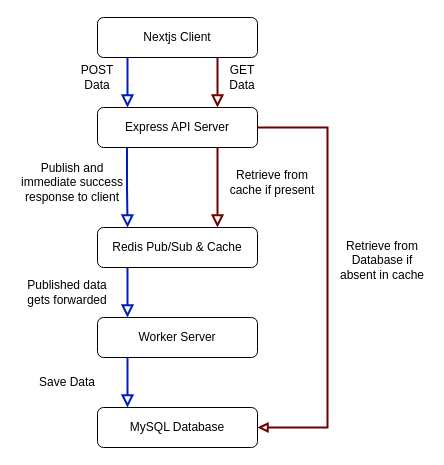
titocbd/Microservice-Architecture-example-using-Reactjs-Express-Redis-and-Mysql keeps this draw.io diagram as assets/dataflow_diagram.drawio. Above is the earlier version. Source tidied: cells renumbered, new cells numbered last; positions are measured from the earlier drawing's top-left corner, leaving out a move shared by most shapes. Both pictures are drawn from the tidied source at 100%, with x=0, y=0 at pixel (17, 17).
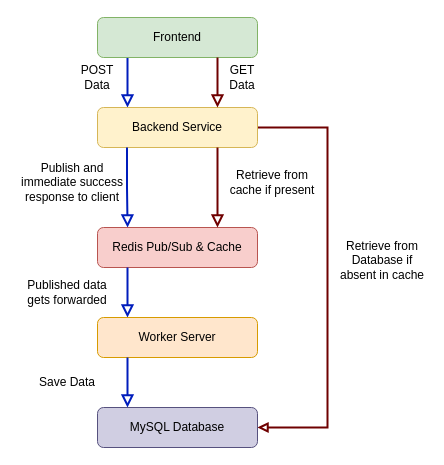
Above is the later version.

The edit, as a diff of the source:
```diff
@@
-    <mxCell id="4" value="Nextjs Client" style="rounded=1;whiteSpace=wrap;html=1;fontSize=12;glass=0;strokeWidth=1;shadow=0;" parent="1" vertex="1">
+    <mxCell id="4" value="Frontend" style="rounded=1;whiteSpace=wrap;html=1;fontSize=12;glass=0;strokeWidth=1;shadow=0;fillColor=#d5e8d4;strokeColor=#82b366;" parent="1" vertex="1">
       <mxGeometry x="80" width="160" height="40" as="geometry" />
     </mxCell>
-    <mxCell id="5" value="Express API Server" style="rounded=1;whiteSpace=wrap;html=1;fontSize=12;glass=0;strokeWidth=1;shadow=0;" parent="1" vertex="1">
+    <mxCell id="5" value="Backend Service" style="rounded=1;whiteSpace=wrap;html=1;fontSize=12;glass=0;strokeWidth=1;shadow=0;fillColor=#fff2cc;strokeColor=#d6b656;" parent="1" vertex="1">
       <mxGeometry x="80" y="90" width="160" height="40" as="geometry" />
     </mxCell>
@@
-    <mxCell id="7" value="Redis Pub/Sub &amp;amp; Cache" style="rounded=1;whiteSpace=wrap;html=1;fontSize=12;glass=0;strokeWidth=1;shadow=0;" parent="1" vertex="1">
+    <mxCell id="7" value="Redis Pub/Sub &amp;amp; Cache" style="rounded=1;whiteSpace=wrap;html=1;fontSize=12;glass=0;strokeWidth=1;shadow=0;fillColor=#f8cecc;strokeColor=#b85450;" parent="1" vertex="1">
       <mxGeometry x="80" y="210" width="160" height="40" as="geometry" />
     </mxCell>
@@
-    <mxCell id="9" value="Worker Server" style="rounded=1;whiteSpace=wrap;html=1;fontSize=12;glass=0;strokeWidth=1;shadow=0;" parent="1" vertex="1">
+    <mxCell id="9" value="Worker Server" style="rounded=1;whiteSpace=wrap;html=1;fontSize=12;glass=0;strokeWidth=1;shadow=0;fillColor=#ffe6cc;strokeColor=#d79b00;" parent="1" vertex="1">
       <mxGeometry x="80" y="300" width="160" height="40" as="geometry" />
     </mxCell>
@@
-    <mxCell id="11" value="MySQL Database" style="rounded=1;whiteSpace=wrap;html=1;fontSize=12;glass=0;strokeWidth=1;shadow=0;" parent="1" vertex="1">
+    <mxCell id="11" value="MySQL Database" style="rounded=1;whiteSpace=wrap;html=1;fontSize=12;glass=0;strokeWidth=1;shadow=0;fillColor=#d0cee2;strokeColor=#56517e;" parent="1" vertex="1">
       <mxGeometry x="80" y="390" width="160" height="40" as="geometry" />
     </mxCell>
```
